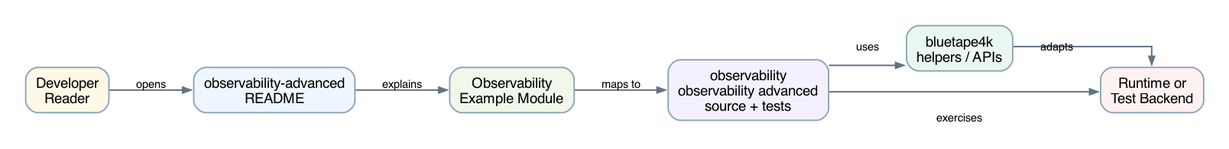
The Graphviz diagram docs/images/readme-diagrams/observability-observability-advanced-readme-architecture-01.png in bluetape4k/bluetape4k-workshop, before a commit. Its source is kept beside it as docs/images/readme-diagrams/observability-observability-advanced-readme-architecture-01.dot.
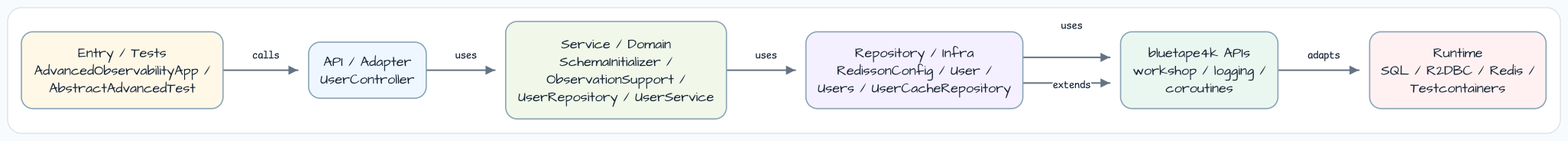
Above is the later version.

Change to the diagram source:
```diff
@@ -14,7 +14,7 @@
     penwidth=1.4,
     color="#88A3B5",
     fillcolor="#F6FAFF",
-    fontname="Helvetica",
+    fontname="Architects Daughter",
     fontsize=14,
     margin="0.14,0.10"
   ];
@@ -22,21 +22,21 @@
     color="#637383",
     arrowsize=0.8,
     penwidth=1.5,
-    fontname="Helvetica",
+    fontname="Comic Mono",
     fontsize=11
   ];
 
-  reader [label="Developer\nReader", fillcolor="#FFF8E7"];
-  readme [label="observability-advanced\nREADME", fillcolor="#EEF7FF"];
-  module [label="Observability\nExample Module", fillcolor="#F1F8E9"];
-  source [label="observability\nobservability advanced\nsource + tests", fillcolor="#F5F0FF"];
-  bt [label="bluetape4k\nhelpers / APIs", fillcolor="#EAF7F0"];
-  runtime [label="Runtime or\nTest Backend", fillcolor="#FFF1F1"];
+  entry [label="Entry / Tests\nAdvancedObservabilityApp /\nAbstractAdvancedTest", fillcolor="#FFF8E7"];
+  api [label="API / Adapter\nUserController", fillcolor="#EEF7FF"];
+  service [label="Service / Domain\nSchemaInitializer /\nObservationSupport /\nUserRepository / UserService", fillcolor="#F1F8E9"];
+  infra [label="Repository / Infra\nRedissonConfig / User /\nUsers / UserCacheRepository", fillcolor="#F5F0FF"];
+  bt [label="bluetape4k APIs\nworkshop / logging /\ncoroutines", fillcolor="#EAF7F0"];
+  runtime [label="Runtime\nSQL / R2DBC / Redis /\nTestcontainers", fillcolor="#FFF1F1"];
 
-  reader -> readme [label="opens"];
-  readme -> module [label="explains"];
-  module -> source [label="maps to"];
-  source -> bt [label="uses"];
-  source -> runtime [label="exercises"];
+  entry -> api [label="calls"];
+  api -> service [label="uses"];
+  service -> infra [label="uses"];
+  infra -> bt [label="uses"];
+  infra -> bt [label="extends"];
   bt -> runtime [label="adapts"];
 }
```
